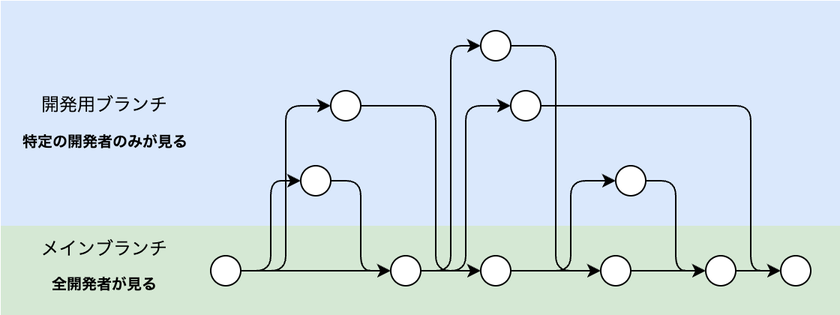
The draw.io diagram images/mobile-trunk-based-release-strategy/development-flow.png in shotaIDE/zenn, before a commit. Source tidied: cells renumbered, new cells last; positions are measured from the earlier drawing's top-left corner, leaving out a move shared by most shapes. Its diagram source:
```xml
<mxGraphModel>
  <root>
    <mxCell id="0" />
    <mxCell id="1" parent="0" />
    <mxCell id="2" style="rounded=0;whiteSpace=wrap;html=1;fillColor=#dae8fc;strokeColor=none;" parent="1" vertex="1">
      <mxGeometry width="560" height="150" as="geometry" />
    </mxCell>
    <mxCell id="3" style="rounded=0;whiteSpace=wrap;html=1;fillColor=#d5e8d4;strokeColor=none;" parent="1" vertex="1">
      <mxGeometry y="150" width="560" height="60" as="geometry" />
    </mxCell>
    <mxCell id="4" style="edgeStyle=orthogonalEdgeStyle;rounded=0;jettySize=auto;html=1;entryX=0;entryY=0.5;entryDx=0;entryDy=0;" parent="1" edge="1" source="7" target="13">
      <mxGeometry relative="1" as="geometry" />
    </mxCell>
    <mxCell id="5" style="edgeStyle=orthogonalEdgeStyle;rounded=1;jettySize=auto;html=1;entryX=0;entryY=0.5;entryDx=0;entryDy=0;curved=0;" parent="1" edge="1" source="7" target="9">
      <mxGeometry relative="1" as="geometry" />
    </mxCell>
    <mxCell id="6" style="edgeStyle=orthogonalEdgeStyle;rounded=1;jettySize=auto;html=1;entryX=0;entryY=0.5;entryDx=0;entryDy=0;curved=0;" parent="1" edge="1" source="7" target="19">
      <mxGeometry relative="1" as="geometry" />
    </mxCell>
    <mxCell id="7" style="ellipse;whiteSpace=wrap;html=1;" parent="1" vertex="1">
      <mxGeometry x="140" y="170" width="20" height="20" as="geometry" />
    </mxCell>
    <mxCell id="8" style="edgeStyle=orthogonalEdgeStyle;rounded=1;jettySize=auto;html=1;entryX=0;entryY=0.5;entryDx=0;entryDy=0;curved=0;" parent="1" edge="1" source="9" target="13">
      <mxGeometry relative="1" as="geometry" />
    </mxCell>
    <mxCell id="9" style="ellipse;whiteSpace=wrap;html=1;" parent="1" vertex="1">
      <mxGeometry x="200" y="110" width="20" height="20" as="geometry" />
    </mxCell>
    <mxCell id="10" style="edgeStyle=orthogonalEdgeStyle;rounded=1;jettySize=auto;html=1;entryX=0;entryY=0.5;entryDx=0;entryDy=0;curved=0;" parent="1" edge="1" source="13" target="21">
      <mxGeometry relative="1" as="geometry" />
    </mxCell>
    <mxCell id="11" style="edgeStyle=orthogonalEdgeStyle;rounded=0;jettySize=auto;html=1;entryX=0;entryY=0.5;entryDx=0;entryDy=0;" parent="1" edge="1" source="13" target="32">
      <mxGeometry relative="1" as="geometry" />
    </mxCell>
    <mxCell id="12" style="edgeStyle=orthogonalEdgeStyle;rounded=1;jettySize=auto;html=1;entryX=0;entryY=0.5;entryDx=0;entryDy=0;curved=0;" parent="1" edge="1" source="13" target="34">
      <mxGeometry relative="1" as="geometry" />
    </mxCell>
    <mxCell id="13" style="ellipse;whiteSpace=wrap;html=1;" parent="1" vertex="1">
      <mxGeometry x="260" y="170" width="20" height="20" as="geometry" />
    </mxCell>
    <mxCell id="14" style="edgeStyle=orthogonalEdgeStyle;rounded=0;jettySize=auto;html=1;" parent="1" edge="1" source="15" target="17">
      <mxGeometry relative="1" as="geometry" />
    </mxCell>
    <mxCell id="15" style="ellipse;whiteSpace=wrap;html=1;" parent="1" vertex="1">
      <mxGeometry x="400" y="170" width="20" height="20" as="geometry" />
    </mxCell>
    <mxCell id="16" style="edgeStyle=orthogonalEdgeStyle;rounded=0;jettySize=auto;html=1;" parent="1" edge="1" source="17" target="35">
      <mxGeometry relative="1" as="geometry" />
    </mxCell>
    <mxCell id="17" style="ellipse;whiteSpace=wrap;html=1;" parent="1" vertex="1">
      <mxGeometry x="470" y="170" width="20" height="20" as="geometry" />
    </mxCell>
    <mxCell id="18" style="edgeStyle=orthogonalEdgeStyle;rounded=1;jettySize=auto;html=1;entryX=0;entryY=0.5;entryDx=0;entryDy=0;curved=0;" parent="1" edge="1" source="19" target="32">
      <mxGeometry relative="1" as="geometry">
        <Array as="points">
          <mxPoint x="290" y="70" />
          <mxPoint x="290" y="180" />
        </Array>
      </mxGeometry>
    </mxCell>
    <mxCell id="19" style="ellipse;whiteSpace=wrap;html=1;" parent="1" vertex="1">
      <mxGeometry x="220" y="60" width="20" height="20" as="geometry" />
    </mxCell>
    <mxCell id="20" style="edgeStyle=orthogonalEdgeStyle;rounded=1;jettySize=auto;html=1;entryX=0;entryY=0.5;entryDx=0;entryDy=0;curved=0;" parent="1" edge="1" source="21" target="15">
      <mxGeometry relative="1" as="geometry" />
    </mxCell>
    <mxCell id="21" style="ellipse;whiteSpace=wrap;html=1;" parent="1" vertex="1">
      <mxGeometry x="320" y="20" width="20" height="20" as="geometry" />
    </mxCell>
    <mxCell id="22" style="edgeStyle=orthogonalEdgeStyle;rounded=1;jettySize=auto;html=1;entryX=0;entryY=0.5;entryDx=0;entryDy=0;curved=0;" parent="1" edge="1" source="23" target="17">
      <mxGeometry relative="1" as="geometry" />
    </mxCell>
    <mxCell id="23" style="ellipse;whiteSpace=wrap;html=1;" parent="1" vertex="1">
      <mxGeometry x="410" y="110" width="20" height="20" as="geometry" />
    </mxCell>
    <mxCell id="24" style="group;" parent="1" vertex="1">
      <mxGeometry x="10" y="60" width="120" height="45" as="geometry" />
    </mxCell>
    <mxCell id="25" value="開発用ブランチ" style="text;html=1;strokeColor=none;fillColor=none;align=center;verticalAlign=middle;whiteSpace=wrap;rounded=0;" parent="24" vertex="1">
      <mxGeometry x="9.5" width="101" height="20" as="geometry" />
    </mxCell>
    <mxCell id="26" value="&lt;div style=&quot;font-size: 10px;&quot;&gt;特定の開発者のみが&lt;span style=&quot;background-color: initial;&quot;&gt;見る&lt;/span&gt;&lt;/div&gt;" style="text;html=1;strokeColor=none;fillColor=none;align=center;verticalAlign=middle;whiteSpace=wrap;rounded=0;fontSize=10;fontStyle=1;" parent="24" vertex="1">
      <mxGeometry y="20" width="120" height="25" as="geometry" />
    </mxCell>
    <mxCell id="27" style="group;" parent="1" vertex="1">
      <mxGeometry x="14.5" y="155" width="111" height="45" as="geometry" />
    </mxCell>
    <mxCell id="28" value="メインブランチ" style="text;html=1;strokeColor=none;fillColor=none;align=center;verticalAlign=middle;whiteSpace=wrap;rounded=0;" parent="27" vertex="1">
      <mxGeometry width="111" height="22.5" as="geometry" />
    </mxCell>
    <mxCell id="29" value="&lt;font style=&quot;font-size: 10px;&quot;&gt;&lt;b&gt;全開発者が見る&lt;/b&gt;&lt;/font&gt;" style="text;html=1;strokeColor=none;fillColor=none;align=center;verticalAlign=middle;whiteSpace=wrap;rounded=0;" parent="27" vertex="1">
      <mxGeometry y="22.5" width="111" height="22.5" as="geometry" />
    </mxCell>
    <mxCell id="30" style="edgeStyle=orthogonalEdgeStyle;rounded=1;jettySize=auto;html=1;entryX=0;entryY=0.5;entryDx=0;entryDy=0;curved=0;" parent="1" edge="1" source="32" target="23">
      <mxGeometry relative="1" as="geometry">
        <Array as="points">
          <mxPoint x="380" y="180" />
          <mxPoint x="380" y="120" />
        </Array>
      </mxGeometry>
    </mxCell>
    <mxCell id="31" style="edgeStyle=orthogonalEdgeStyle;rounded=0;jettySize=auto;html=1;entryX=0;entryY=0.5;entryDx=0;entryDy=0;" parent="1" edge="1" source="32" target="15">
      <mxGeometry relative="1" as="geometry" />
    </mxCell>
    <mxCell id="32" style="ellipse;whiteSpace=wrap;html=1;" parent="1" vertex="1">
      <mxGeometry x="320" y="170" width="20" height="20" as="geometry" />
    </mxCell>
    <mxCell id="33" style="edgeStyle=orthogonalEdgeStyle;rounded=1;jettySize=auto;html=1;entryX=0;entryY=0.5;entryDx=0;entryDy=0;curved=0;" parent="1" edge="1" source="34" target="35">
      <mxGeometry relative="1" as="geometry">
        <Array as="points">
          <mxPoint x="500" y="70" />
          <mxPoint x="500" y="180" />
        </Array>
      </mxGeometry>
    </mxCell>
    <mxCell id="34" style="ellipse;whiteSpace=wrap;html=1;" parent="1" vertex="1">
      <mxGeometry x="340" y="60" width="20" height="20" as="geometry" />
    </mxCell>
    <mxCell id="35" style="ellipse;whiteSpace=wrap;html=1;" parent="1" vertex="1">
      <mxGeometry x="520" y="170" width="20" height="20" as="geometry" />
    </mxCell>
  </root>
</mxGraphModel>
```
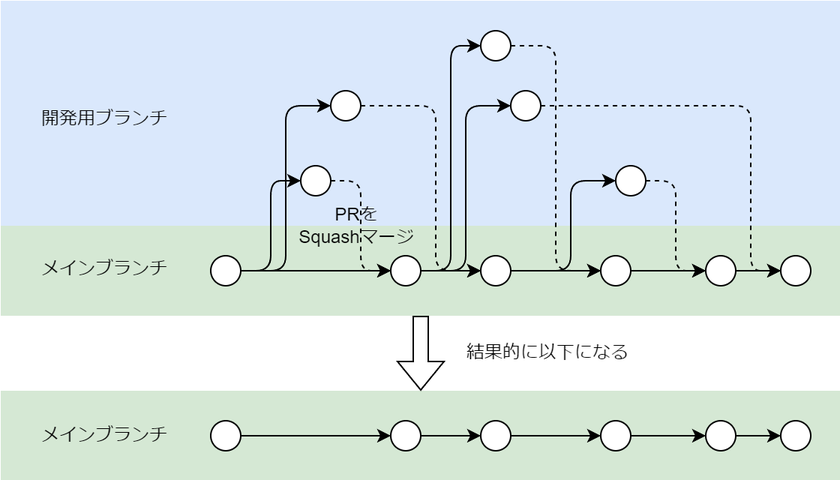
The same file after the commit.

Change to the diagram source:
```diff
@@ -20,7 +20,7 @@
     <mxCell id="7" style="ellipse;whiteSpace=wrap;html=1;" parent="1" vertex="1">
       <mxGeometry x="140" y="170" width="20" height="20" as="geometry" />
     </mxCell>
-    <mxCell id="8" style="edgeStyle=orthogonalEdgeStyle;rounded=1;jettySize=auto;html=1;entryX=0;entryY=0.5;entryDx=0;entryDy=0;curved=0;" parent="1" edge="1" source="9" target="13">
+    <mxCell id="8" style="edgeStyle=orthogonalEdgeStyle;rounded=1;jettySize=auto;html=1;entryX=0;entryY=0.5;entryDx=0;entryDy=0;curved=0;dashed=1;" parent="1" edge="1" source="9" target="13">
       <mxGeometry relative="1" as="geometry" />
     </mxCell>
     <mxCell id="9" style="ellipse;whiteSpace=wrap;html=1;" parent="1" vertex="1">
@@ -50,7 +50,7 @@
     <mxCell id="17" style="ellipse;whiteSpace=wrap;html=1;" parent="1" vertex="1">
       <mxGeometry x="470" y="170" width="20" height="20" as="geometry" />
     </mxCell>
-    <mxCell id="18" style="edgeStyle=orthogonalEdgeStyle;rounded=1;jettySize=auto;html=1;entryX=0;entryY=0.5;entryDx=0;entryDy=0;curved=0;" parent="1" edge="1" source="19" target="32">
+    <mxCell id="18" style="edgeStyle=orthogonalEdgeStyle;rounded=1;jettySize=auto;html=1;entryX=0;entryY=0.5;entryDx=0;entryDy=0;curved=0;dashed=1;" parent="1" edge="1" source="19" target="32">
       <mxGeometry relative="1" as="geometry">
         <Array as="points">
           <mxPoint x="290" y="70" />
@@ -61,36 +61,18 @@
     <mxCell id="19" style="ellipse;whiteSpace=wrap;html=1;" parent="1" vertex="1">
       <mxGeometry x="220" y="60" width="20" height="20" as="geometry" />
     </mxCell>
-    <mxCell id="20" style="edgeStyle=orthogonalEdgeStyle;rounded=1;jettySize=auto;html=1;entryX=0;entryY=0.5;entryDx=0;entryDy=0;curved=0;" parent="1" edge="1" source="21" target="15">
+    <mxCell id="20" style="edgeStyle=orthogonalEdgeStyle;rounded=1;jettySize=auto;html=1;entryX=0;entryY=0.5;entryDx=0;entryDy=0;curved=0;dashed=1;" parent="1" edge="1" source="21" target="15">
       <mxGeometry relative="1" as="geometry" />
     </mxCell>
     <mxCell id="21" style="ellipse;whiteSpace=wrap;html=1;" parent="1" vertex="1">
       <mxGeometry x="320" y="20" width="20" height="20" as="geometry" />
     </mxCell>
-    <mxCell id="22" style="edgeStyle=orthogonalEdgeStyle;rounded=1;jettySize=auto;html=1;entryX=0;entryY=0.5;entryDx=0;entryDy=0;curved=0;" parent="1" edge="1" source="23" target="17">
+    <mxCell id="22" style="edgeStyle=orthogonalEdgeStyle;rounded=1;jettySize=auto;html=1;entryX=0;entryY=0.5;entryDx=0;entryDy=0;curved=0;dashed=1;" parent="1" edge="1" source="23" target="17">
       <mxGeometry relative="1" as="geometry" />
     </mxCell>
     <mxCell id="23" style="ellipse;whiteSpace=wrap;html=1;" parent="1" vertex="1">
       <mxGeometry x="410" y="110" width="20" height="20" as="geometry" />
     </mxCell>
-    <mxCell id="24" style="group;" parent="1" vertex="1">
-      <mxGeometry x="10" y="60" width="120" height="45" as="geometry" />
-    </mxCell>
-    <mxCell id="25" value="開発用ブランチ" style="text;html=1;strokeColor=none;fillColor=none;align=center;verticalAlign=middle;whiteSpace=wrap;rounded=0;" parent="24" vertex="1">
-      <mxGeometry x="9.5" width="101" height="20" as="geometry" />
-    </mxCell>
-    <mxCell id="26" value="&lt;div style=&quot;font-size: 10px;&quot;&gt;特定の開発者のみが&lt;span style=&quot;background-color: initial;&quot;&gt;見る&lt;/span&gt;&lt;/div&gt;" style="text;html=1;strokeColor=none;fillColor=none;align=center;verticalAlign=middle;whiteSpace=wrap;rounded=0;fontSize=10;fontStyle=1;" parent="24" vertex="1">
-      <mxGeometry y="20" width="120" height="25" as="geometry" />
-    </mxCell>
-    <mxCell id="27" style="group;" parent="1" vertex="1">
-      <mxGeometry x="14.5" y="155" width="111" height="45" as="geometry" />
-    </mxCell>
-    <mxCell id="28" value="メインブランチ" style="text;html=1;strokeColor=none;fillColor=none;align=center;verticalAlign=middle;whiteSpace=wrap;rounded=0;" parent="27" vertex="1">
-      <mxGeometry width="111" height="22.5" as="geometry" />
-    </mxCell>
-    <mxCell id="29" value="&lt;font style=&quot;font-size: 10px;&quot;&gt;&lt;b&gt;全開発者が見る&lt;/b&gt;&lt;/font&gt;" style="text;html=1;strokeColor=none;fillColor=none;align=center;verticalAlign=middle;whiteSpace=wrap;rounded=0;" parent="27" vertex="1">
-      <mxGeometry y="22.5" width="111" height="22.5" as="geometry" />
-    </mxCell>
     <mxCell id="30" style="edgeStyle=orthogonalEdgeStyle;rounded=1;jettySize=auto;html=1;entryX=0;entryY=0.5;entryDx=0;entryDy=0;curved=0;" parent="1" edge="1" source="32" target="23">
       <mxGeometry relative="1" as="geometry">
         <Array as="points">
@@ -105,7 +87,7 @@
     <mxCell id="32" style="ellipse;whiteSpace=wrap;html=1;" parent="1" vertex="1">
       <mxGeometry x="320" y="170" width="20" height="20" as="geometry" />
     </mxCell>
-    <mxCell id="33" style="edgeStyle=orthogonalEdgeStyle;rounded=1;jettySize=auto;html=1;entryX=0;entryY=0.5;entryDx=0;entryDy=0;curved=0;" parent="1" edge="1" source="34" target="35">
+    <mxCell id="33" style="edgeStyle=orthogonalEdgeStyle;rounded=1;jettySize=auto;html=1;entryX=0;entryY=0.5;entryDx=0;entryDy=0;curved=0;dashed=1;" parent="1" edge="1" source="34" target="35">
       <mxGeometry relative="1" as="geometry">
         <Array as="points">
           <mxPoint x="500" y="70" />
@@ -119,5 +101,59 @@
     <mxCell id="35" style="ellipse;whiteSpace=wrap;html=1;" parent="1" vertex="1">
       <mxGeometry x="520" y="170" width="20" height="20" as="geometry" />
     </mxCell>
+    <mxCell id="36" style="rounded=0;whiteSpace=wrap;html=1;fillColor=#d5e8d4;strokeColor=none;" parent="1" vertex="1">
+      <mxGeometry y="260" width="560" height="60" as="geometry" />
+    </mxCell>
+    <mxCell id="37" style="edgeStyle=orthogonalEdgeStyle;rounded=0;jettySize=auto;html=1;entryX=0;entryY=0.5;entryDx=0;entryDy=0;" parent="1" edge="1" source="38" target="40">
+      <mxGeometry relative="1" as="geometry" />
+    </mxCell>
+    <mxCell id="38" style="ellipse;whiteSpace=wrap;html=1;" parent="1" vertex="1">
+      <mxGeometry x="140" y="280" width="20" height="20" as="geometry" />
+    </mxCell>
+    <mxCell id="39" style="edgeStyle=orthogonalEdgeStyle;rounded=0;jettySize=auto;html=1;entryX=0;entryY=0.5;entryDx=0;entryDy=0;" parent="1" edge="1" source="40" target="46">
+      <mxGeometry relative="1" as="geometry" />
+    </mxCell>
+    <mxCell id="40" style="ellipse;whiteSpace=wrap;html=1;" parent="1" vertex="1">
+      <mxGeometry x="260" y="280" width="20" height="20" as="geometry" />
+    </mxCell>
+    <mxCell id="41" style="edgeStyle=orthogonalEdgeStyle;rounded=0;jettySize=auto;html=1;" parent="1" edge="1" source="42" target="44">
+      <mxGeometry relative="1" as="geometry" />
+    </mxCell>
+    <mxCell id="42" style="ellipse;whiteSpace=wrap;html=1;" parent="1" vertex="1">
+      <mxGeometry x="400" y="280" width="20" height="20" as="geometry" />
+    </mxCell>
+    <mxCell id="43" style="edgeStyle=orthogonalEdgeStyle;rounded=0;jettySize=auto;html=1;" parent="1" edge="1" source="44" target="47">
+      <mxGeometry relative="1" as="geometry" />
+    </mxCell>
+    <mxCell id="44" style="ellipse;whiteSpace=wrap;html=1;" parent="1" vertex="1">
+      <mxGeometry x="470" y="280" width="20" height="20" as="geometry" />
+    </mxCell>
+    <mxCell id="45" style="edgeStyle=orthogonalEdgeStyle;rounded=0;jettySize=auto;html=1;entryX=0;entryY=0.5;entryDx=0;entryDy=0;" parent="1" edge="1" source="46" target="42">
+      <mxGeometry relative="1" as="geometry" />
+    </mxCell>
+    <mxCell id="46" style="ellipse;whiteSpace=wrap;html=1;" parent="1" vertex="1">
+      <mxGeometry x="320" y="280" width="20" height="20" as="geometry" />
+    </mxCell>
+    <mxCell id="47" style="ellipse;whiteSpace=wrap;html=1;" parent="1" vertex="1">
+      <mxGeometry x="520" y="280" width="20" height="20" as="geometry" />
+    </mxCell>
+    <mxCell id="48" value="メインブランチ" style="text;html=1;strokeColor=none;fillColor=none;align=center;verticalAlign=middle;whiteSpace=wrap;rounded=0;" parent="1" vertex="1">
+      <mxGeometry x="14.5" y="278.8" width="111" height="22.5" as="geometry" />
+    </mxCell>
+    <mxCell id="49" style="shape=flexArrow;endArrow=classic;html=1;rounded=0;exitX=0.5;exitY=1;exitDx=0;exitDy=0;" parent="1" edge="1" source="3" target="36">
+      <mxGeometry relative="1" as="geometry" />
+    </mxCell>
+    <mxCell id="50" value="結果的に以下になる" style="text;html=1;align=center;verticalAlign=middle;whiteSpace=wrap;rounded=0;" parent="1" vertex="1">
+      <mxGeometry x="300" y="220" width="130" height="30" as="geometry" />
+    </mxCell>
+    <mxCell id="25" value="開発用ブランチ" style="text;html=1;strokeColor=none;fillColor=none;align=center;verticalAlign=middle;whiteSpace=wrap;rounded=0;" parent="1" vertex="1">
+      <mxGeometry x="19.5" y="68.8" width="101" height="20" as="geometry" />
+    </mxCell>
+    <mxCell id="51" value="メインブランチ" style="text;html=1;strokeColor=none;fillColor=none;align=center;verticalAlign=middle;whiteSpace=wrap;rounded=0;" parent="1" vertex="1">
+      <mxGeometry x="14.5" y="167.5" width="111" height="22.5" as="geometry" />
+    </mxCell>
+    <mxCell id="52" value="PRを&lt;div&gt;Squashマージ&lt;/div&gt;" style="text;html=1;align=center;verticalAlign=middle;whiteSpace=wrap;rounded=0;" parent="1" vertex="1">
+      <mxGeometry x="190" y="130" width="94.5" height="40" as="geometry" />
+    </mxCell>
   </root>
 </mxGraphModel>
```
